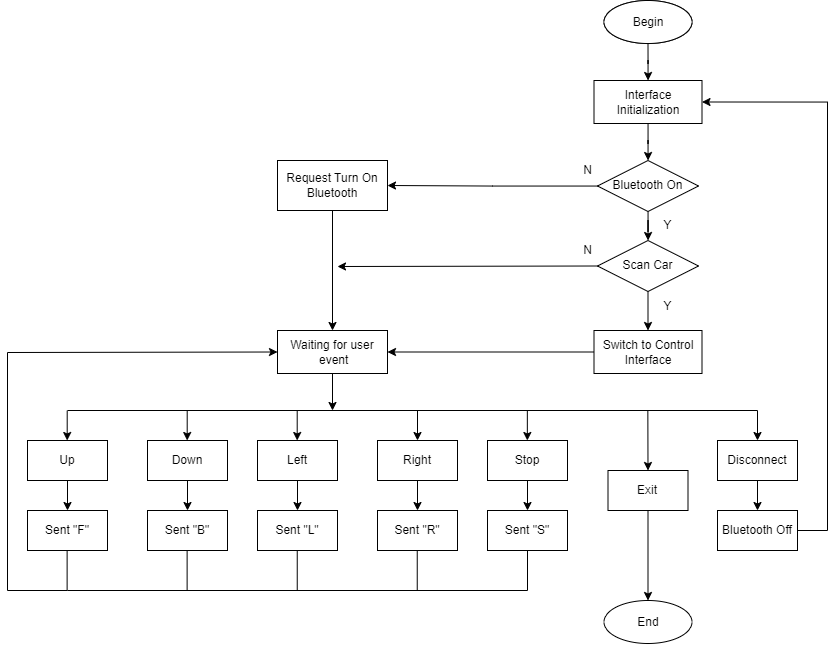
The draw.io diagram Algorithm Diagram.drawio.png in lil-dua/arduino_bluetooth_car, before a commit. Source tidied: cells renumbered, new cells last; positions are measured from the earlier drawing's top-left corner, leaving out a move shared by most shapes.
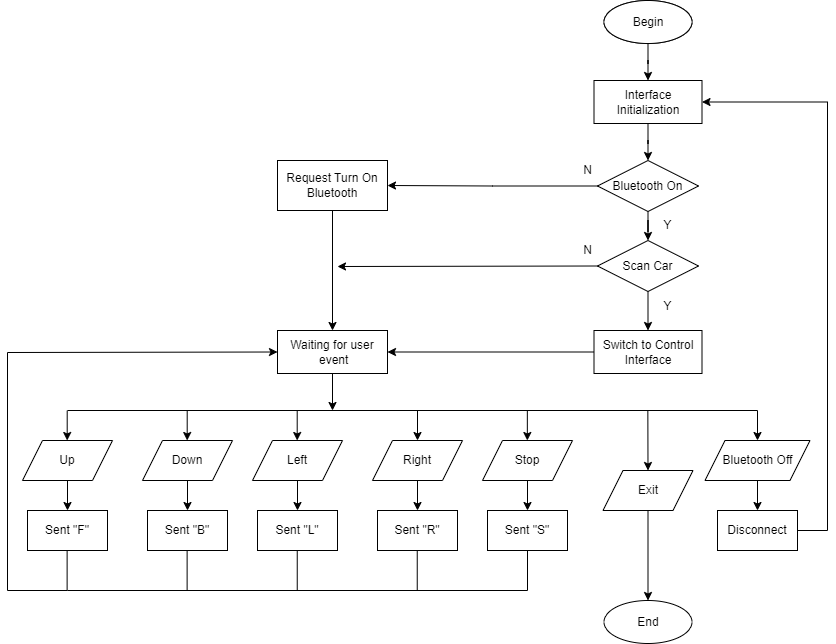
The same diagram one commit later.

What changed in the source:
```diff
@@ -46,12 +46,11 @@
     <mxCell id="15" value="Waiting for user&lt;br&gt;&amp;nbsp;event" style="rounded=0;whiteSpace=wrap;html=1;" parent="1" vertex="1">
       <mxGeometry x="270" y="330" width="110" height="43" as="geometry" />
     </mxCell>
-    <mxCell id="16" style="edgeStyle=orthogonalEdgeStyle;rounded=0;jettySize=auto;html=1;" parent="1" edge="1" source="17" target="33">
-      <mxGeometry relative="1" as="geometry" />
+    <mxCell id="16" style="edgeStyle=orthogonalEdgeStyle;rounded=0;jettySize=auto;html=1;" parent="1" edge="1" target="33">
+      <mxGeometry relative="1" as="geometry">
+        <mxPoint x="60" y="480" as="sourcePoint" />
+      </mxGeometry>
     </mxCell>
-    <mxCell id="17" value="Up" style="rounded=0;whiteSpace=wrap;html=1;" parent="1" vertex="1">
-      <mxGeometry x="20" y="440" width="80" height="40" as="geometry" />
-    </mxCell>
     <mxCell id="18" style="edgeStyle=orthogonalEdgeStyle;rounded=0;jettySize=auto;html=1;" parent="1" edge="1" source="19" target="4">
       <mxGeometry relative="1" as="geometry" />
     </mxCell>
@@ -61,36 +60,31 @@
     <mxCell id="20" value="End" style="ellipse;whiteSpace=wrap;html=1;" parent="1" vertex="1">
       <mxGeometry x="596.5" y="600" width="88" height="43" as="geometry" />
     </mxCell>
-    <mxCell id="21" style="edgeStyle=orthogonalEdgeStyle;rounded=0;jettySize=auto;html=1;entryX=0.5;entryY=0;entryDx=0;entryDy=0;" parent="1" edge="1" source="22" target="34">
-      <mxGeometry relative="1" as="geometry" />
+    <mxCell id="21" style="edgeStyle=orthogonalEdgeStyle;rounded=0;jettySize=auto;html=1;entryX=0.5;entryY=0;entryDx=0;entryDy=0;" parent="1" edge="1" target="34">
+      <mxGeometry relative="1" as="geometry">
+        <mxPoint x="180" y="480" as="sourcePoint" />
+      </mxGeometry>
     </mxCell>
-    <mxCell id="22" value="Down" style="rounded=0;whiteSpace=wrap;html=1;" parent="1" vertex="1">
-      <mxGeometry x="140" y="440" width="80" height="40" as="geometry" />
-    </mxCell>
-    <mxCell id="23" style="edgeStyle=orthogonalEdgeStyle;rounded=0;jettySize=auto;html=1;entryX=0.5;entryY=0;entryDx=0;entryDy=0;" parent="1" edge="1" source="24" target="35">
-      <mxGeometry relative="1" as="geometry" />
+    <mxCell id="23" style="edgeStyle=orthogonalEdgeStyle;rounded=0;jettySize=auto;html=1;entryX=0.5;entryY=0;entryDx=0;entryDy=0;" parent="1" edge="1" target="35">
+      <mxGeometry relative="1" as="geometry">
+        <mxPoint x="290" y="480" as="sourcePoint" />
+      </mxGeometry>
     </mxCell>
-    <mxCell id="24" value="Left" style="rounded=0;whiteSpace=wrap;html=1;" parent="1" vertex="1">
-      <mxGeometry x="250" y="440" width="80" height="40" as="geometry" />
-    </mxCell>
-    <mxCell id="25" style="edgeStyle=orthogonalEdgeStyle;rounded=0;jettySize=auto;html=1;" parent="1" edge="1" source="26" target="36">
-      <mxGeometry relative="1" as="geometry" />
+    <mxCell id="25" style="edgeStyle=orthogonalEdgeStyle;rounded=0;jettySize=auto;html=1;" parent="1" edge="1" target="36">
+      <mxGeometry relative="1" as="geometry">
+        <mxPoint x="410" y="480" as="sourcePoint" />
+      </mxGeometry>
     </mxCell>
-    <mxCell id="26" value="Right" style="rounded=0;whiteSpace=wrap;html=1;" parent="1" vertex="1">
-      <mxGeometry x="370" y="440" width="80" height="40" as="geometry" />
-    </mxCell>
-    <mxCell id="27" style="edgeStyle=orthogonalEdgeStyle;rounded=0;jettySize=auto;html=1;" parent="1" edge="1" source="28" target="37">
-      <mxGeometry relative="1" as="geometry" />
+    <mxCell id="27" style="edgeStyle=orthogonalEdgeStyle;rounded=0;jettySize=auto;html=1;" parent="1" edge="1" target="37">
+      <mxGeometry relative="1" as="geometry">
+        <mxPoint x="520" y="480" as="sourcePoint" />
+      </mxGeometry>
     </mxCell>
-    <mxCell id="28" value="Stop" style="rounded=0;whiteSpace=wrap;html=1;" parent="1" vertex="1">
-      <mxGeometry x="480" y="440" width="80" height="40" as="geometry" />
-    </mxCell>
-    <mxCell id="29" style="edgeStyle=orthogonalEdgeStyle;rounded=0;jettySize=auto;html=1;entryX=0.5;entryY=0;entryDx=0;entryDy=0;" parent="1" edge="1" source="30" target="20">
-      <mxGeometry relative="1" as="geometry" />
+    <mxCell id="29" style="edgeStyle=orthogonalEdgeStyle;rounded=0;jettySize=auto;html=1;entryX=0.5;entryY=0;entryDx=0;entryDy=0;" parent="1" edge="1" target="20">
+      <mxGeometry relative="1" as="geometry">
+        <mxPoint x="640.5" y="510" as="sourcePoint" />
+      </mxGeometry>
     </mxCell>
-    <mxCell id="30" value="Exit" style="rounded=0;whiteSpace=wrap;html=1;" parent="1" vertex="1">
-      <mxGeometry x="600.5" y="470" width="80" height="40" as="geometry" />
-    </mxCell>
     <mxCell id="31" style="edgeStyle=orthogonalEdgeStyle;rounded=0;jettySize=auto;html=1;entryX=1;entryY=0.5;entryDx=0;entryDy=0;" parent="1" edge="1" source="32" target="4">
       <mxGeometry relative="1" as="geometry">
         <Array as="points">
@@ -99,7 +93,7 @@
         </Array>
       </mxGeometry>
     </mxCell>
-    <mxCell id="32" value="Bluetooth Off" style="rounded=0;whiteSpace=wrap;html=1;" parent="1" vertex="1">
+    <mxCell id="32" value="Disconnect" style="rounded=0;whiteSpace=wrap;html=1;" parent="1" vertex="1">
       <mxGeometry x="710" y="510" width="80" height="40" as="geometry" />
     </mxCell>
     <mxCell id="33" value="Sent &quot;F&quot;" style="rounded=0;whiteSpace=wrap;html=1;" parent="1" vertex="1">
@@ -117,26 +111,27 @@
     <mxCell id="37" value="Sent &quot;S&quot;" style="rounded=0;whiteSpace=wrap;html=1;" parent="1" vertex="1">
       <mxGeometry x="480" y="510" width="80" height="40" as="geometry" />
     </mxCell>
-    <mxCell id="38" style="edgeStyle=orthogonalEdgeStyle;rounded=0;jettySize=auto;html=1;" parent="1" edge="1" source="39" target="32">
-      <mxGeometry relative="1" as="geometry" />
+    <mxCell id="38" style="edgeStyle=orthogonalEdgeStyle;rounded=0;jettySize=auto;html=1;" parent="1" edge="1" target="32">
+      <mxGeometry relative="1" as="geometry">
+        <mxPoint x="750" y="480" as="sourcePoint" />
+      </mxGeometry>
     </mxCell>
-    <mxCell id="39" value="Disconnect" style="rounded=0;whiteSpace=wrap;html=1;" parent="1" vertex="1">
-      <mxGeometry x="710" y="440" width="80" height="40" as="geometry" />
-    </mxCell>
     <mxCell id="40" style="endArrow=none;html=1;rounded=0;" parent="1" edge="1">
       <mxGeometry relative="1" as="geometry">
         <mxPoint x="750" y="410" as="sourcePoint" />
         <mxPoint x="60" y="410" as="targetPoint" />
       </mxGeometry>
     </mxCell>
-    <mxCell id="41" style="endArrow=classic;html=1;rounded=0;entryX=0.5;entryY=0;entryDx=0;entryDy=0;" parent="1" edge="1" target="39">
+    <mxCell id="41" style="endArrow=classic;html=1;rounded=0;entryX=0.5;entryY=0;entryDx=0;entryDy=0;" parent="1" edge="1">
       <mxGeometry relative="1" as="geometry">
         <mxPoint x="750" y="410" as="sourcePoint" />
+        <mxPoint x="750" y="440" as="targetPoint" />
       </mxGeometry>
     </mxCell>
-    <mxCell id="42" style="endArrow=classic;html=1;rounded=0;entryX=0.5;entryY=0;entryDx=0;entryDy=0;" parent="1" edge="1" target="30">
+    <mxCell id="42" style="endArrow=classic;html=1;rounded=0;entryX=0.5;entryY=0;entryDx=0;entryDy=0;" parent="1" edge="1">
       <mxGeometry relative="1" as="geometry">
         <mxPoint x="640.3" y="410" as="sourcePoint" />
+        <mxPoint x="640.5" y="470" as="targetPoint" />
       </mxGeometry>
     </mxCell>
     <mxCell id="43" style="endArrow=classic;html=1;rounded=0;entryX=0.5;entryY=0;entryDx=0;entryDy=0;" parent="1" edge="1">
@@ -145,9 +140,10 @@
         <mxPoint x="519.8" y="440" as="targetPoint" />
       </mxGeometry>
     </mxCell>
-    <mxCell id="44" style="endArrow=classic;html=1;rounded=0;entryX=0.5;entryY=0;entryDx=0;entryDy=0;" parent="1" edge="1" target="26">
+    <mxCell id="44" style="endArrow=classic;html=1;rounded=0;entryX=0.5;entryY=0;entryDx=0;entryDy=0;" parent="1" edge="1">
       <mxGeometry relative="1" as="geometry">
         <mxPoint x="410" y="410" as="sourcePoint" />
+        <mxPoint x="410" y="440" as="targetPoint" />
       </mxGeometry>
     </mxCell>
     <mxCell id="45" style="endArrow=classic;html=1;rounded=0;entryX=0.5;entryY=0;entryDx=0;entryDy=0;" parent="1" edge="1">
@@ -229,5 +225,26 @@
     <mxCell id="59" value="N" style="text;html=1;align=center;verticalAlign=middle;strokeColor=none;fillColor=none;" parent="1" vertex="1">
       <mxGeometry x="565" y="235" width="30" height="30" as="geometry" />
     </mxCell>
+    <mxCell id="17" value="Up" style="shape=parallelogram;perimeter=parallelogramPerimeter;whiteSpace=wrap;html=1;fixedSize=1;" parent="1" vertex="1">
+      <mxGeometry x="15" y="440" width="90" height="40" as="geometry" />
+    </mxCell>
+    <mxCell id="22" value="Down" style="shape=parallelogram;perimeter=parallelogramPerimeter;whiteSpace=wrap;html=1;fixedSize=1;" parent="1" vertex="1">
+      <mxGeometry x="135" y="440" width="90" height="40" as="geometry" />
+    </mxCell>
+    <mxCell id="24" value="Left" style="shape=parallelogram;perimeter=parallelogramPerimeter;whiteSpace=wrap;html=1;fixedSize=1;" parent="1" vertex="1">
+      <mxGeometry x="245" y="440" width="90" height="40" as="geometry" />
+    </mxCell>
+    <mxCell id="26" value="Right" style="shape=parallelogram;perimeter=parallelogramPerimeter;whiteSpace=wrap;html=1;fixedSize=1;" parent="1" vertex="1">
+      <mxGeometry x="365" y="440" width="90" height="40" as="geometry" />
+    </mxCell>
+    <mxCell id="28" value="Stop" style="shape=parallelogram;perimeter=parallelogramPerimeter;whiteSpace=wrap;html=1;fixedSize=1;" parent="1" vertex="1">
+      <mxGeometry x="475" y="440" width="90" height="40" as="geometry" />
+    </mxCell>
+    <mxCell id="30" value="Exit" style="shape=parallelogram;perimeter=parallelogramPerimeter;whiteSpace=wrap;html=1;fixedSize=1;" parent="1" vertex="1">
+      <mxGeometry x="595.5" y="470" width="90" height="40" as="geometry" />
+    </mxCell>
+    <mxCell id="60" value="Bluetooth Off" style="shape=parallelogram;perimeter=parallelogramPerimeter;whiteSpace=wrap;html=1;fixedSize=1;" parent="1" vertex="1">
+      <mxGeometry x="697.5" y="440" width="105" height="40" as="geometry" />
+    </mxCell>
   </root>
 </mxGraphModel>
```
